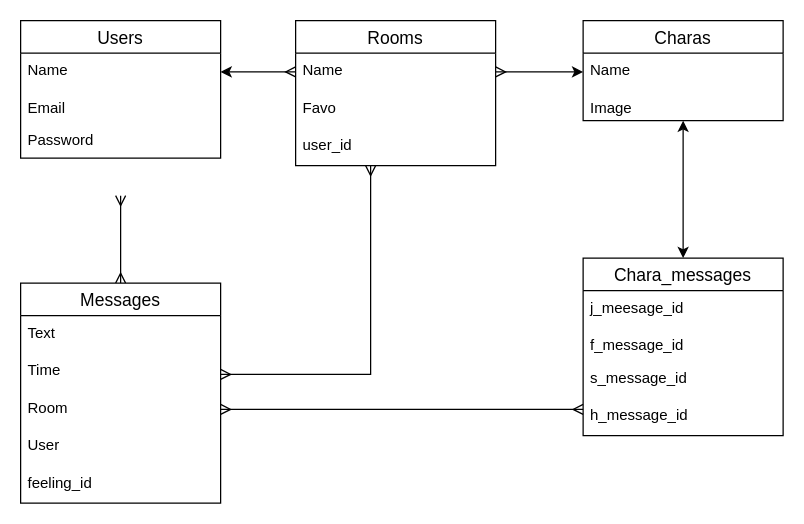
deratokati88/chat-i keeps this draw.io diagram as er.dio. Above is the earlier version. Source tidied: cells renumbered, new cells numbered last; positions are measured from the earlier drawing's top-left corner, leaving out a move shared by most shapes. Both pictures are drawn from the tidied source at 125%, with x=0, y=0 at pixel (20, 20).
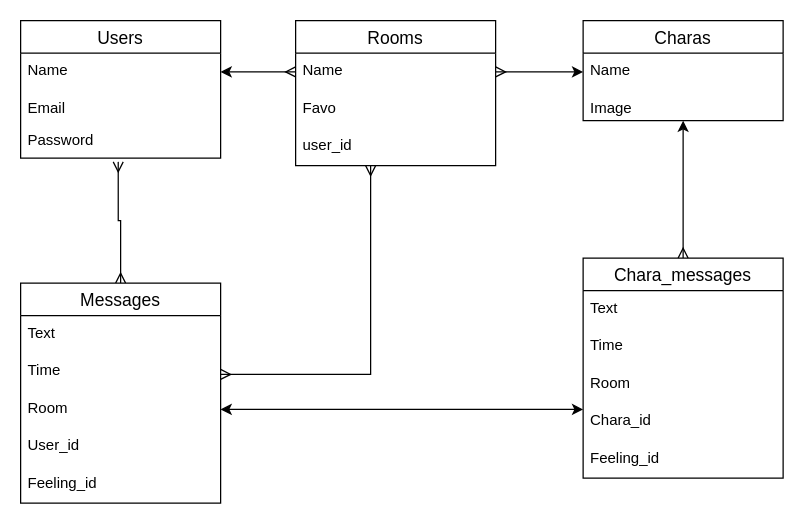
After the change.

The change refers to these unchanged cells:
```xml
<mxCell id="5" value="Password" style="text;strokeColor=none;fillColor=none;spacingLeft=4;spacingRight=4;overflow=hidden;points=[[0,0.5],[1,0.5]];portConstraint=eastwest;fontSize=12;" parent="2" vertex="1">
  <mxGeometry y="82" width="160" height="28" as="geometry" />
</mxCell>
<mxCell id="11" value="Charas" style="swimlane;fontStyle=0;horizontal=1;startSize=26;align=center;fontSize=14;" parent="1" vertex="1">
  <mxGeometry x="450" width="160" height="80" as="geometry" />
</mxCell>
<mxCell id="16" value="Messages" style="swimlane;fontStyle=0;horizontal=1;startSize=26;align=center;fontSize=14;" parent="1" vertex="1">
  <mxGeometry y="210" width="160" height="176" as="geometry" />
</mxCell>
<mxCell id="19" value="Room" style="text;strokeColor=none;fillColor=none;spacingLeft=4;spacingRight=4;overflow=hidden;points=[[0,0.5],[1,0.5]];portConstraint=eastwest;fontSize=12;" parent="16" vertex="1">
  <mxGeometry y="86" width="160" height="30" as="geometry" />
</mxCell>
```

Change to the diagram source:
```diff
@@
-    <mxCell id="10" style="edgeStyle=orthogonalEdgeStyle;rounded=0;jettySize=auto;html=1;entryX=0.5;entryY=0;entryDx=0;entryDy=0;startArrow=classic;startFill=1;endArrow=classic;endFill=1;" parent="1" edge="1" source="11" target="23">
-      <mxGeometry relative="1" as="geometry" />
+    <mxCell id="10" style="edgeStyle=orthogonalEdgeStyle;rounded=0;jettySize=auto;html=1;entryX=0.5;entryY=0;entryDx=0;entryDy=0;startArrow=classic;startFill=1;endArrow=ERmany;endFill=0;" parent="1" edge="1" source="11">
+      <mxGeometry relative="1" as="geometry">
+        <mxPoint x="530" y="190" as="targetPoint" />
+      </mxGeometry>
     </mxCell>
@@
-    <mxCell id="14" style="edgeStyle=orthogonalEdgeStyle;rounded=0;jettySize=auto;html=1;endArrow=ERmany;endFill=0;startArrow=ERmany;startFill=0;" parent="1" edge="1" source="16">
+    <mxCell id="14" style="edgeStyle=orthogonalEdgeStyle;rounded=0;jettySize=auto;html=1;endArrow=ERmany;endFill=0;startArrow=ERmany;startFill=0;entryX=0.488;entryY=1.107;entryDx=0;entryDy=0;entryPerimeter=0;" parent="1" edge="1" source="16" target="5">
       <mxGeometry relative="1" as="geometry">
-        <mxPoint x="80" y="140" as="targetPoint" />
+        <Array as="points">
+          <mxPoint x="80" y="160" />
+          <mxPoint x="78" y="160" />
+        </Array>
       </mxGeometry>
     </mxCell>
@@
-    <mxCell id="20" value="User" style="text;strokeColor=none;fillColor=none;spacingLeft=4;spacingRight=4;overflow=hidden;fontSize=12;" parent="16" vertex="1">
+    <mxCell id="20" value="User_id" style="text;strokeColor=none;fillColor=none;spacingLeft=4;spacingRight=4;overflow=hidden;fontSize=12;" parent="16" vertex="1">
       <mxGeometry y="116" width="160" height="30" as="geometry" />
     </mxCell>
-    <mxCell id="21" value="feeling_id" style="text;strokeColor=none;fillColor=none;spacingLeft=4;spacingRight=4;overflow=hidden;fontSize=12;" parent="16" vertex="1">
+    <mxCell id="21" value="Feeling_id" style="text;strokeColor=none;fillColor=none;spacingLeft=4;spacingRight=4;overflow=hidden;fontSize=12;" parent="16" vertex="1">
       <mxGeometry y="146" width="160" height="30" as="geometry" />
     </mxCell>
-    <mxCell id="22" style="edgeStyle=orthogonalEdgeStyle;rounded=0;jettySize=auto;html=1;startArrow=ERmany;startFill=0;endArrow=ERmany;endFill=0;entryX=1;entryY=0.5;entryDx=0;entryDy=0;" parent="1" edge="1" source="23" target="19">
+    <mxCell id="22" style="edgeStyle=orthogonalEdgeStyle;rounded=0;jettySize=auto;html=1;startArrow=classic;startFill=1;endArrow=classic;endFill=1;entryX=1;entryY=0.5;entryDx=0;entryDy=0;" parent="1" edge="1" target="19">
       <mxGeometry relative="1" as="geometry">
+        <mxPoint x="450" y="311" as="sourcePoint" />
         <Array as="points">
           <mxPoint x="380" y="311" />
           <mxPoint x="380" y="311" />
         </Array>
       </mxGeometry>
     </mxCell>
-    <mxCell id="23" value="Chara_messages" style="swimlane;fontStyle=0;horizontal=1;startSize=26;align=center;fontSize=14;" parent="1" vertex="1">
-      <mxGeometry x="450" y="190" width="160" height="142" as="geometry" />
-    </mxCell>
-    <mxCell id="24" value="j_meesage_id" style="text;strokeColor=none;fillColor=none;spacingLeft=4;spacingRight=4;overflow=hidden;fontSize=12;" parent="23" vertex="1">
-      <mxGeometry y="26" width="160" height="30" as="geometry" />
-    </mxCell>
-    <mxCell id="25" value="f_message_id" style="text;strokeColor=none;fillColor=none;spacingLeft=4;spacingRight=4;overflow=hidden;fontSize=12;" parent="23" vertex="1">
-      <mxGeometry y="56" width="160" height="26" as="geometry" />
-    </mxCell>
-    <mxCell id="26" value="s_message_id" style="text;strokeColor=none;fillColor=none;spacingLeft=4;spacingRight=4;overflow=hidden;fontSize=12;" parent="23" vertex="1">
-      <mxGeometry y="82" width="160" height="30" as="geometry" />
-    </mxCell>
-    <mxCell id="27" value="h_message_id" style="text;strokeColor=none;fillColor=none;spacingLeft=4;spacingRight=4;overflow=hidden;fontSize=12;" parent="23" vertex="1">
-      <mxGeometry y="112" width="160" height="30" as="geometry" />
-    </mxCell>
@@
+    <mxCell id="23" value="Chara_messages" style="swimlane;fontStyle=0;horizontal=1;startSize=26;align=center;fontSize=14;" parent="1" vertex="1">
+      <mxGeometry x="450" y="190" width="160" height="176" as="geometry" />
+    </mxCell>
+    <mxCell id="30" value="Text" style="text;strokeColor=none;fillColor=none;spacingLeft=4;spacingRight=4;overflow=hidden;fontSize=12;" parent="23" vertex="1">
+      <mxGeometry y="26" width="160" height="30" as="geometry" />
+    </mxCell>
+    <mxCell id="31" value="Time" style="text;strokeColor=none;fillColor=none;spacingLeft=4;spacingRight=4;overflow=hidden;fontSize=12;" parent="23" vertex="1">
+      <mxGeometry y="56" width="160" height="30" as="geometry" />
+    </mxCell>
+    <mxCell id="32" value="Room" style="text;strokeColor=none;fillColor=none;spacingLeft=4;spacingRight=4;overflow=hidden;fontSize=12;" parent="23" vertex="1">
+      <mxGeometry y="86" width="160" height="30" as="geometry" />
+    </mxCell>
+    <mxCell id="33" value="Chara_id" style="text;strokeColor=none;fillColor=none;spacingLeft=4;spacingRight=4;overflow=hidden;fontSize=12;" parent="23" vertex="1">
+      <mxGeometry y="116" width="160" height="30" as="geometry" />
+    </mxCell>
+    <mxCell id="34" value="Feeling_id" style="text;strokeColor=none;fillColor=none;spacingLeft=4;spacingRight=4;overflow=hidden;fontSize=12;" parent="23" vertex="1">
+      <mxGeometry y="146" width="160" height="30" as="geometry" />
+    </mxCell>
```
